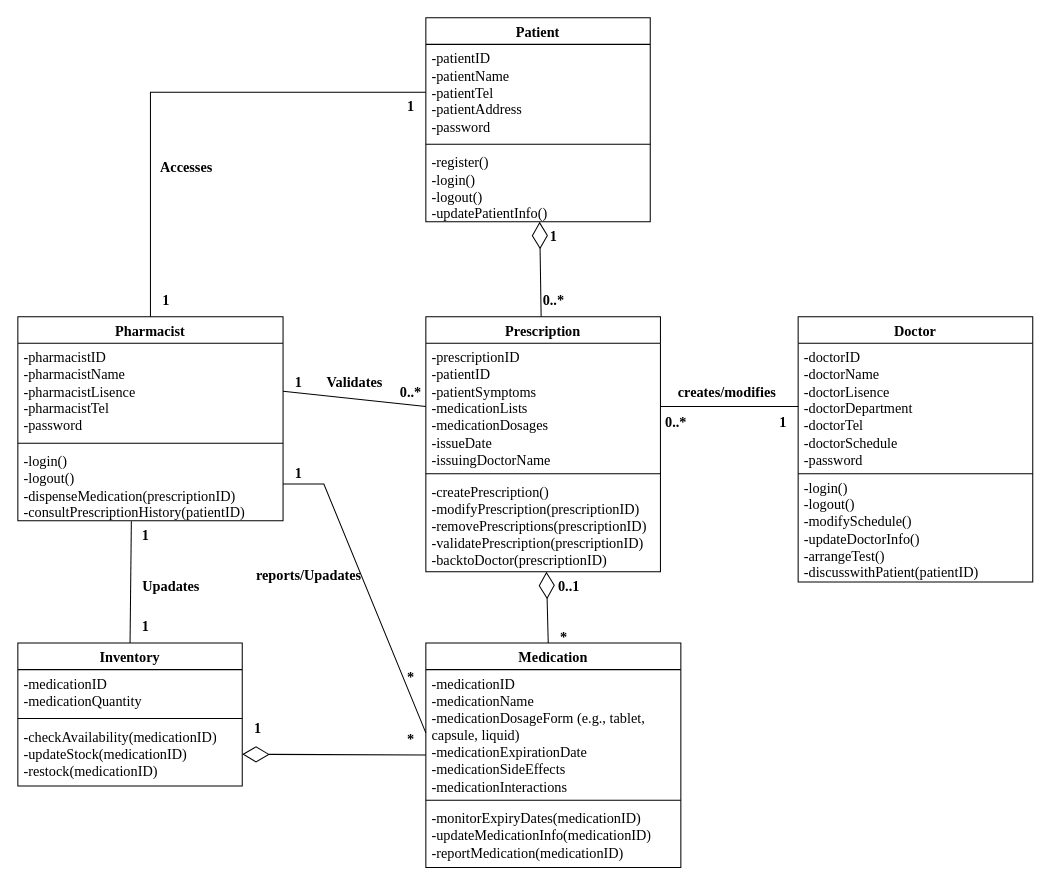
FOMOKN/Software-Engineering keeps this draw.io diagram as Class Diagram_Pharmacy.drawio. Above is the earlier version. Source tidied: cells renumbered, new cells numbered last; positions are measured from the earlier drawing's top-left corner, leaving out a move shared by most shapes. Both pictures are drawn from the tidied source at 102%, with x=0, y=0 at pixel (17, 17).
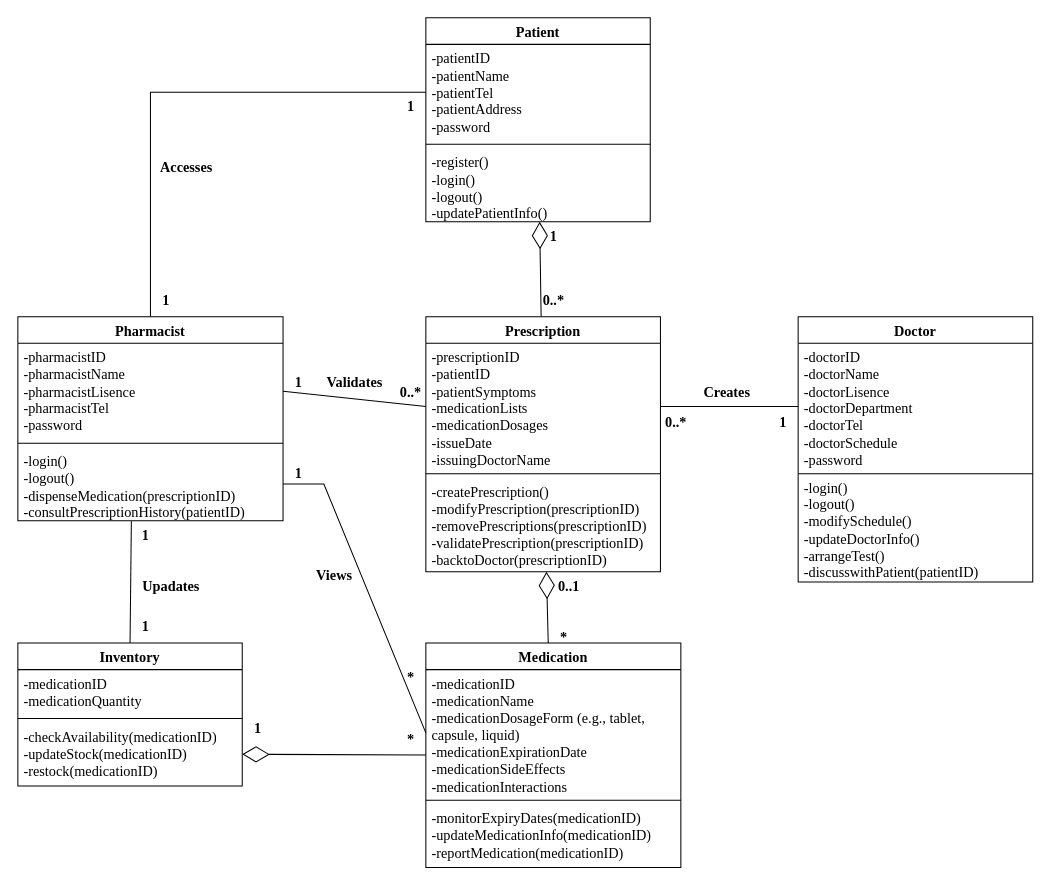
The same diagram, later.

The edit, as a diff of the source:
```diff
@@
-    <mxCell id="37" value="reports/Upadates" style="text;html=1;align=center;verticalAlign=middle;strokeColor=none;fillColor=none;fontFamily=Times New Roman;fontStyle=1;fontSize=14;" parent="1" vertex="1">
-      <mxGeometry x="220" y="533" width="130" height="30" as="geometry" />
+    <mxCell id="37" value="Views" style="text;html=1;align=center;verticalAlign=middle;strokeColor=none;fillColor=none;fontFamily=Times New Roman;fontStyle=1;fontSize=14;" parent="1" vertex="1">
+      <mxGeometry x="280" y="533" width="60" height="30" as="geometry" />
     </mxCell>
@@
-    <mxCell id="48" value="creates/modifies" style="text;html=1;align=center;verticalAlign=middle;strokeColor=none;fillColor=none;fontStyle=1;fontFamily=Times New Roman;fontSize=14;" parent="1" vertex="1">
-      <mxGeometry x="635" y="353" width="120" height="30" as="geometry" />
+    <mxCell id="48" value="Creates" style="text;html=1;align=center;verticalAlign=middle;strokeColor=none;fillColor=none;fontStyle=1;fontFamily=Times New Roman;fontSize=14;" parent="1" vertex="1">
+      <mxGeometry x="660" y="353" width="70" height="30" as="geometry" />
     </mxCell>
```
